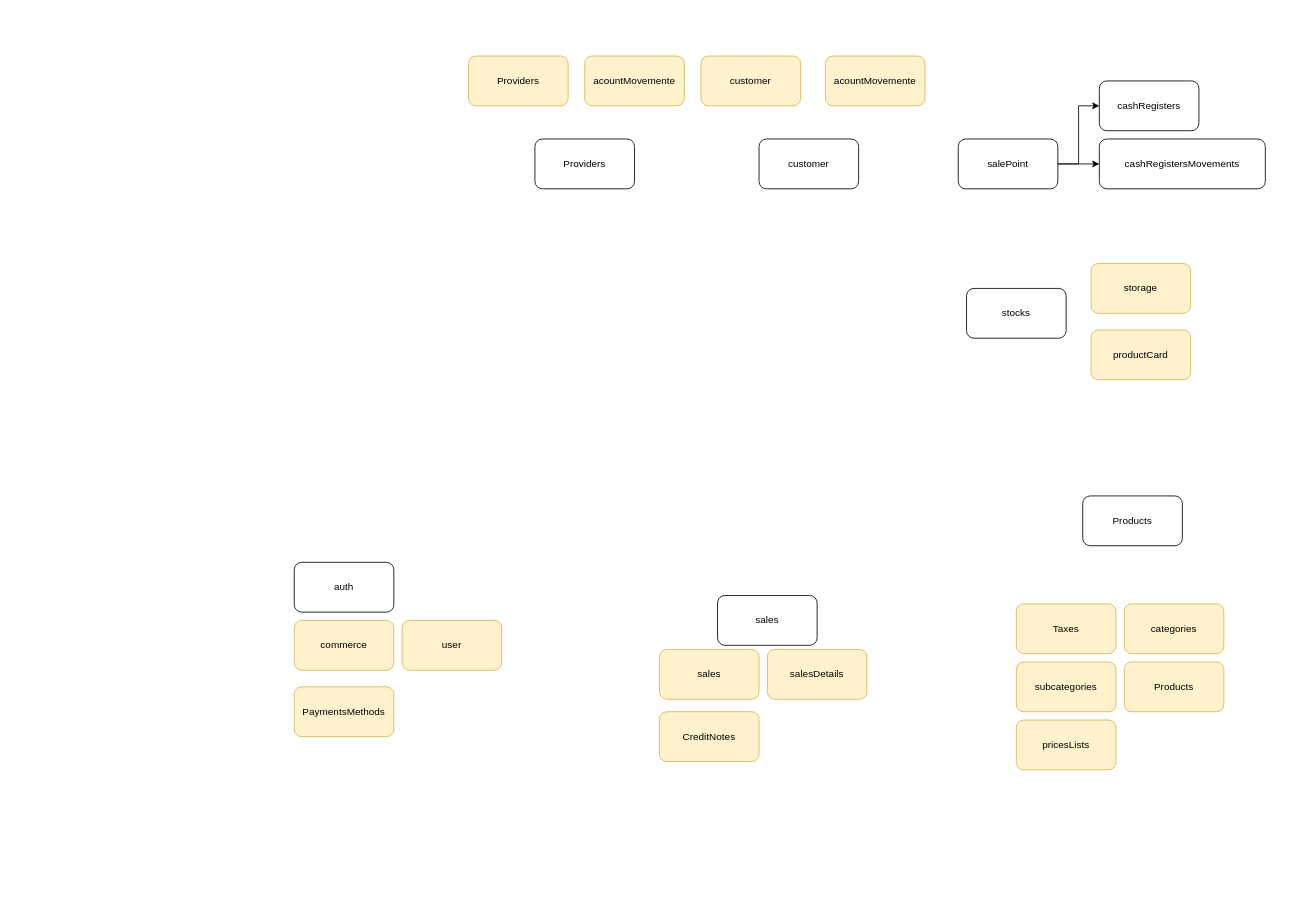
This is sami8.drawio from fchandiac/sami8, a draw.io file, before an edit. Source tidied: cells renumbered, new cells numbered last; positions are measured from the earlier drawing's top-left corner, leaving out a move shared by most shapes. Both pictures are drawn from the tidied source at 83%, with x=0, y=0 at pixel (294, 56).
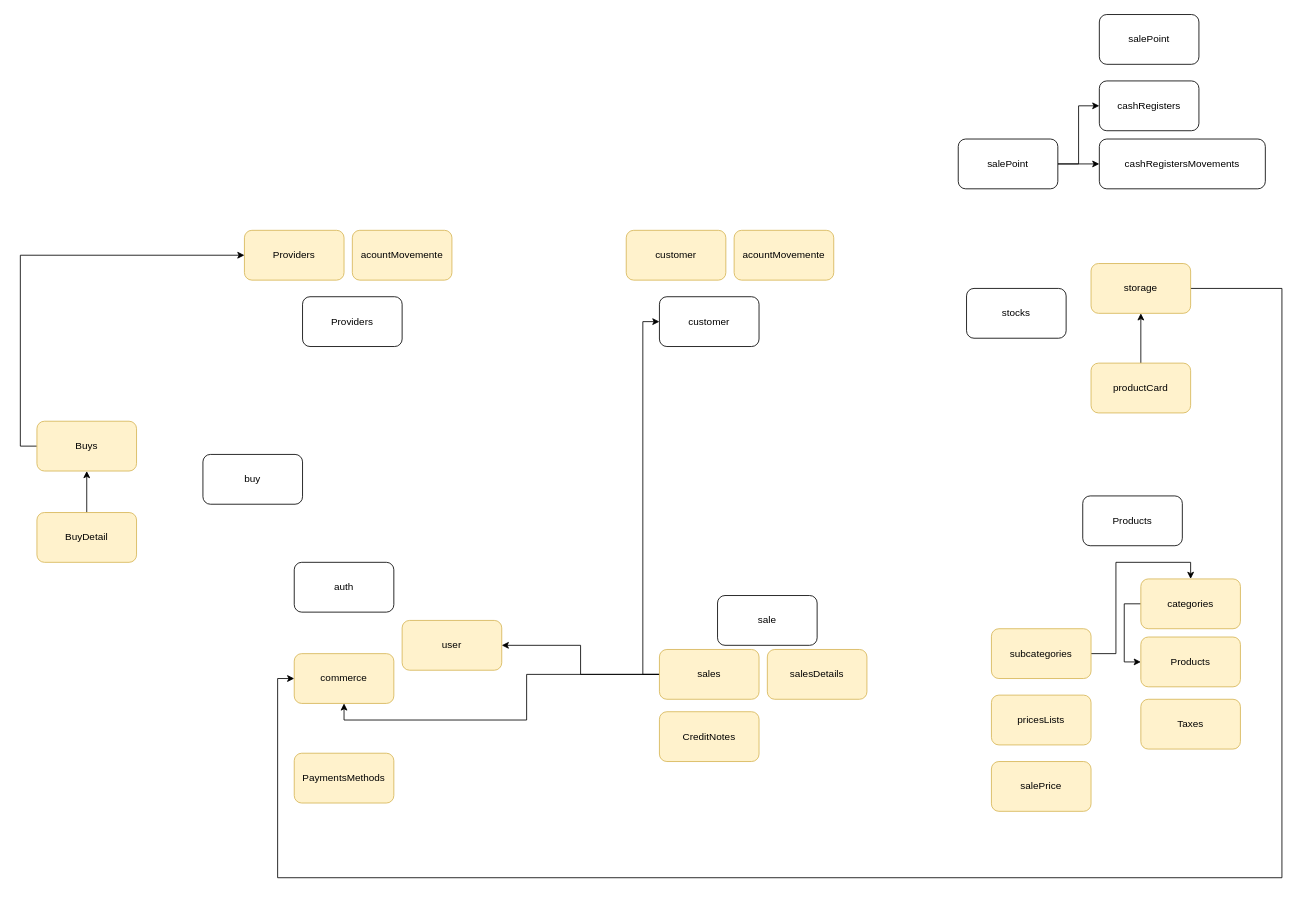
The same page after the edit.

Unchanged cells that the change refers to:
```xml
<mxCell id="2" value="user" style="rounded=1;whiteSpace=wrap;html=1;fillColor=#fff2cc;strokeColor=#d6b656;" parent="1" vertex="1">
  <mxGeometry x="130" y="680" width="120" height="60" as="geometry" />
</mxCell>
<mxCell id="8" value="storage" style="rounded=1;whiteSpace=wrap;html=1;fillColor=#fff2cc;strokeColor=#d6b656;" parent="1" vertex="1">
  <mxGeometry x="960" y="250" width="120" height="60" as="geometry" />
</mxCell>
<mxCell id="26" value="sales" style="rounded=1;whiteSpace=wrap;html=1;fillColor=#fff2cc;strokeColor=#d6b656;" parent="1" vertex="1">
  <mxGeometry x="440" y="715" width="120" height="60" as="geometry" />
</mxCell>
```

Change to the diagram source:
```diff
@@
     <mxCell id="3" value="commerce" style="rounded=1;whiteSpace=wrap;html=1;fillColor=#fff2cc;strokeColor=#d6b656;" parent="1" vertex="1">
-      <mxGeometry y="680" width="120" height="60" as="geometry" />
+      <mxGeometry y="720" width="120" height="60" as="geometry" />
     </mxCell>
@@
+    <mxCell id="30" style="edgeStyle=orthogonalEdgeStyle;rounded=0;jettySize=auto;html=1;exitX=1;exitY=0.5;exitDx=0;exitDy=0;entryX=0;entryY=0.5;entryDx=0;entryDy=0;" parent="1" edge="1" source="8" target="3">
+      <mxGeometry relative="1" as="geometry">
+        <Array as="points">
+          <mxPoint x="1190" y="280" />
+          <mxPoint x="1190" y="990" />
+          <mxPoint x="-20" y="990" />
+          <mxPoint x="-20" y="750" />
+        </Array>
+      </mxGeometry>
+    </mxCell>
@@
-    <mxCell id="9" value="sales" style="rounded=1;whiteSpace=wrap;html=1;" parent="1" vertex="1">
+    <mxCell id="9" value="sale" style="rounded=1;whiteSpace=wrap;html=1;" parent="1" vertex="1">
       <mxGeometry x="510" y="650" width="120" height="60" as="geometry" />
     </mxCell>
@@
     <mxCell id="11" value="Products" style="rounded=1;whiteSpace=wrap;html=1;fillColor=#fff2cc;strokeColor=#d6b656;" parent="1" vertex="1">
-      <mxGeometry x="1000" y="730" width="120" height="60" as="geometry" />
+      <mxGeometry x="1020" y="700" width="120" height="60" as="geometry" />
     </mxCell>
+    <mxCell id="31" style="edgeStyle=orthogonalEdgeStyle;rounded=0;jettySize=auto;html=1;exitX=0;exitY=0.5;exitDx=0;exitDy=0;entryX=0;entryY=0.5;entryDx=0;entryDy=0;" parent="1" edge="1" source="12" target="11">
+      <mxGeometry relative="1" as="geometry" />
+    </mxCell>
     <mxCell id="12" value="categories" style="rounded=1;whiteSpace=wrap;html=1;fillColor=#fff2cc;strokeColor=#d6b656;" parent="1" vertex="1">
-      <mxGeometry x="1000" y="660" width="120" height="60" as="geometry" />
+      <mxGeometry x="1020" y="630" width="120" height="60" as="geometry" />
     </mxCell>
+    <mxCell id="32" style="edgeStyle=orthogonalEdgeStyle;rounded=0;jettySize=auto;html=1;exitX=1;exitY=0.5;exitDx=0;exitDy=0;entryX=0.5;entryY=0;entryDx=0;entryDy=0;" parent="1" edge="1" source="13" target="12">
+      <mxGeometry relative="1" as="geometry" />
+    </mxCell>
     <mxCell id="13" value="subcategories" style="rounded=1;whiteSpace=wrap;html=1;fillColor=#fff2cc;strokeColor=#d6b656;" parent="1" vertex="1">
-      <mxGeometry x="870" y="730" width="120" height="60" as="geometry" />
+      <mxGeometry x="840" y="690" width="120" height="60" as="geometry" />
     </mxCell>
     <mxCell id="14" value="pricesLists" style="rounded=1;whiteSpace=wrap;html=1;fillColor=#fff2cc;strokeColor=#d6b656;" parent="1" vertex="1">
-      <mxGeometry x="870" y="800" width="120" height="60" as="geometry" />
+      <mxGeometry x="840" y="770" width="120" height="60" as="geometry" />
     </mxCell>
@@
     <mxCell id="17" value="Taxes" style="rounded=1;whiteSpace=wrap;html=1;fillColor=#fff2cc;strokeColor=#d6b656;" parent="1" vertex="1">
-      <mxGeometry x="870" y="660" width="120" height="60" as="geometry" />
+      <mxGeometry x="1020" y="775" width="120" height="60" as="geometry" />
     </mxCell>
+    <mxCell id="33" style="edgeStyle=orthogonalEdgeStyle;rounded=0;jettySize=auto;html=1;exitX=0.5;exitY=0;exitDx=0;exitDy=0;entryX=0.5;entryY=1;entryDx=0;entryDy=0;" parent="1" edge="1" source="18" target="8">
+      <mxGeometry relative="1" as="geometry" />
+    </mxCell>
     <mxCell id="18" value="productCard" style="rounded=1;whiteSpace=wrap;html=1;fillColor=#fff2cc;strokeColor=#d6b656;" parent="1" vertex="1">
-      <mxGeometry x="960" y="330" width="120" height="60" as="geometry" />
+      <mxGeometry x="960" y="370" width="120" height="60" as="geometry" />
     </mxCell>
     <mxCell id="19" value="customer" style="rounded=1;whiteSpace=wrap;html=1;" parent="1" vertex="1">
-      <mxGeometry x="560" y="100" width="120" height="60" as="geometry" />
+      <mxGeometry x="440" y="290" width="120" height="60" as="geometry" />
     </mxCell>
     <mxCell id="20" value="customer" style="rounded=1;whiteSpace=wrap;html=1;fillColor=#fff2cc;strokeColor=#d6b656;" parent="1" vertex="1">
-      <mxGeometry x="490" width="120" height="60" as="geometry" />
+      <mxGeometry x="400" y="210" width="120" height="60" as="geometry" />
     </mxCell>
     <mxCell id="21" value="acountMovemente" style="rounded=1;whiteSpace=wrap;html=1;fillColor=#fff2cc;strokeColor=#d6b656;" parent="1" vertex="1">
-      <mxGeometry x="640" width="120" height="60" as="geometry" />
+      <mxGeometry x="530" y="210" width="120" height="60" as="geometry" />
     </mxCell>
     <mxCell id="22" value="Providers" style="rounded=1;whiteSpace=wrap;html=1;" parent="1" vertex="1">
-      <mxGeometry x="290" y="100" width="120" height="60" as="geometry" />
+      <mxGeometry x="10" y="290" width="120" height="60" as="geometry" />
     </mxCell>
     <mxCell id="23" value="Providers" style="rounded=1;whiteSpace=wrap;html=1;fillColor=#fff2cc;strokeColor=#d6b656;" parent="1" vertex="1">
-      <mxGeometry x="210" width="120" height="60" as="geometry" />
+      <mxGeometry x="-60" y="210" width="120" height="60" as="geometry" />
     </mxCell>
     <mxCell id="24" value="acountMovemente" style="rounded=1;whiteSpace=wrap;html=1;fillColor=#fff2cc;strokeColor=#d6b656;" parent="1" vertex="1">
-      <mxGeometry x="350" width="120" height="60" as="geometry" />
+      <mxGeometry x="70" y="210" width="120" height="60" as="geometry" />
     </mxCell>
@@
+    <mxCell id="34" style="edgeStyle=orthogonalEdgeStyle;rounded=0;jettySize=auto;html=1;exitX=0;exitY=0.5;exitDx=0;exitDy=0;entryX=0;entryY=0.5;entryDx=0;entryDy=0;" parent="1" edge="1" source="26" target="19">
+      <mxGeometry relative="1" as="geometry" />
+    </mxCell>
+    <mxCell id="35" style="edgeStyle=orthogonalEdgeStyle;rounded=0;jettySize=auto;html=1;exitX=0;exitY=0.5;exitDx=0;exitDy=0;entryX=1;entryY=0.5;entryDx=0;entryDy=0;" parent="1" edge="1" source="26" target="2">
+      <mxGeometry relative="1" as="geometry" />
+    </mxCell>
+    <mxCell id="36" style="edgeStyle=orthogonalEdgeStyle;rounded=0;jettySize=auto;html=1;exitX=0;exitY=0.5;exitDx=0;exitDy=0;entryX=0.5;entryY=1;entryDx=0;entryDy=0;" parent="1" edge="1" source="26" target="3">
+      <mxGeometry relative="1" as="geometry" />
+    </mxCell>
@@
     <mxCell id="28" value="PaymentsMethods" style="rounded=1;whiteSpace=wrap;html=1;fillColor=#fff2cc;strokeColor=#d6b656;" parent="1" vertex="1">
-      <mxGeometry y="760" width="120" height="60" as="geometry" />
+      <mxGeometry y="840" width="120" height="60" as="geometry" />
     </mxCell>
@@
+    <mxCell id="37" value="salePoint" style="rounded=1;whiteSpace=wrap;html=1;" parent="1" vertex="1">
+      <mxGeometry x="970" y="-50" width="120" height="60" as="geometry" />
+    </mxCell>
+    <mxCell id="38" value="buy" style="rounded=1;whiteSpace=wrap;html=1;" parent="1" vertex="1">
+      <mxGeometry x="-110" y="480" width="120" height="60" as="geometry" />
+    </mxCell>
+    <mxCell id="39" style="edgeStyle=orthogonalEdgeStyle;rounded=0;jettySize=auto;html=1;exitX=0;exitY=0.5;exitDx=0;exitDy=0;entryX=0;entryY=0.5;entryDx=0;entryDy=0;" parent="1" edge="1" source="40" target="23">
+      <mxGeometry relative="1" as="geometry" />
+    </mxCell>
+    <mxCell id="40" value="Buys" style="rounded=1;whiteSpace=wrap;html=1;fillColor=#fff2cc;strokeColor=#d6b656;" parent="1" vertex="1">
+      <mxGeometry x="-310" y="440" width="120" height="60" as="geometry" />
+    </mxCell>
+    <mxCell id="41" style="edgeStyle=orthogonalEdgeStyle;rounded=0;jettySize=auto;html=1;exitX=0.5;exitY=0;exitDx=0;exitDy=0;" parent="1" edge="1" source="42" target="40">
+      <mxGeometry relative="1" as="geometry" />
+    </mxCell>
+    <mxCell id="42" value="BuyDetail" style="rounded=1;whiteSpace=wrap;html=1;fillColor=#fff2cc;strokeColor=#d6b656;" parent="1" vertex="1">
+      <mxGeometry x="-310" y="550" width="120" height="60" as="geometry" />
+    </mxCell>
+    <mxCell id="43" value="salePrice" style="rounded=1;whiteSpace=wrap;html=1;fillColor=#fff2cc;strokeColor=#d6b656;" parent="1" vertex="1">
+      <mxGeometry x="840" y="850" width="120" height="60" as="geometry" />
+    </mxCell>
```
